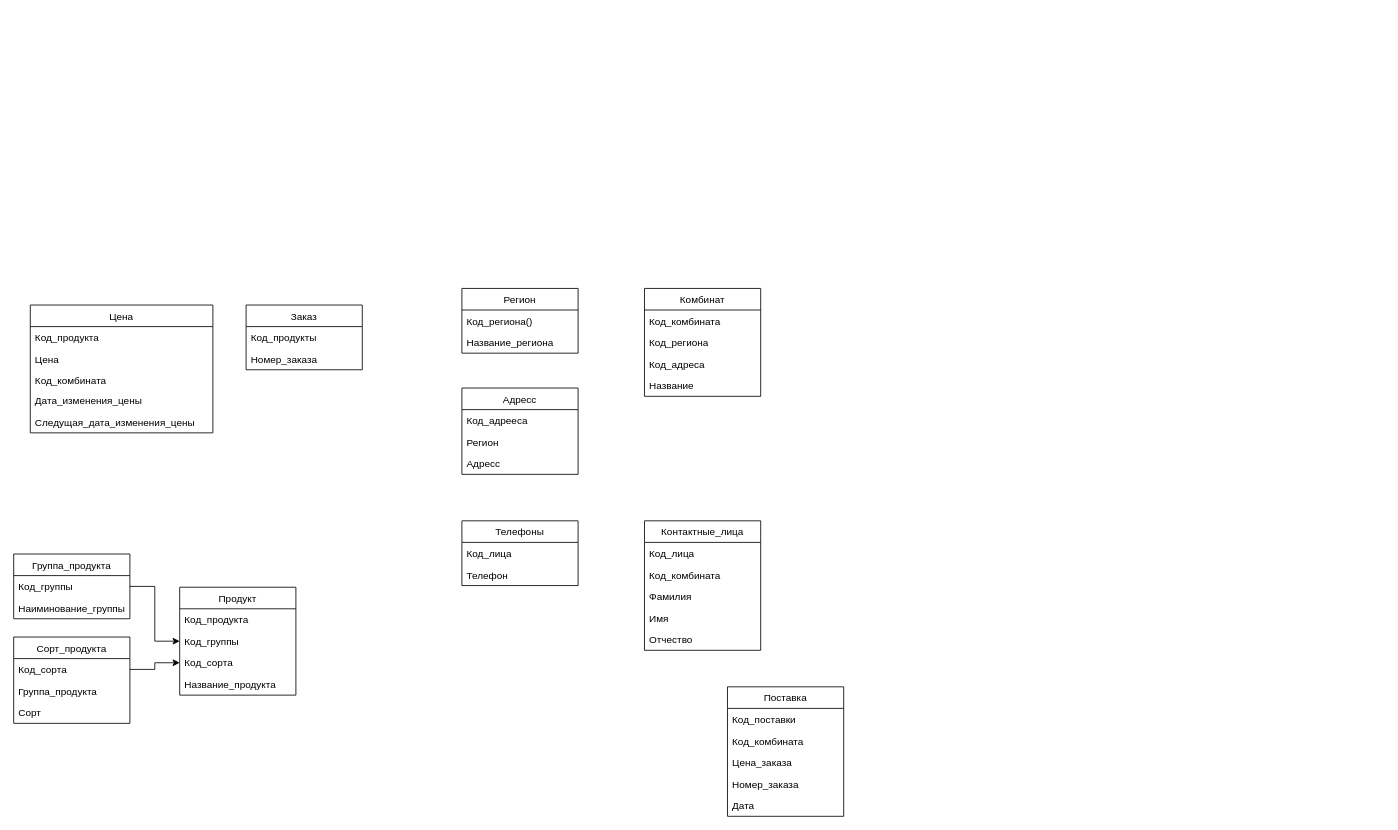
The draw.io diagram physical Diagram.drawio in dariga5/Astanin.Teaching_Practice, before the edit. Source tidied: cells renumbered, new cells numbered last; positions are measured from the earlier drawing's top-left corner, leaving out a move shared by most shapes. Both pictures are drawn from the tidied source at 83%, with x=0, y=0 at pixel (13, 288).
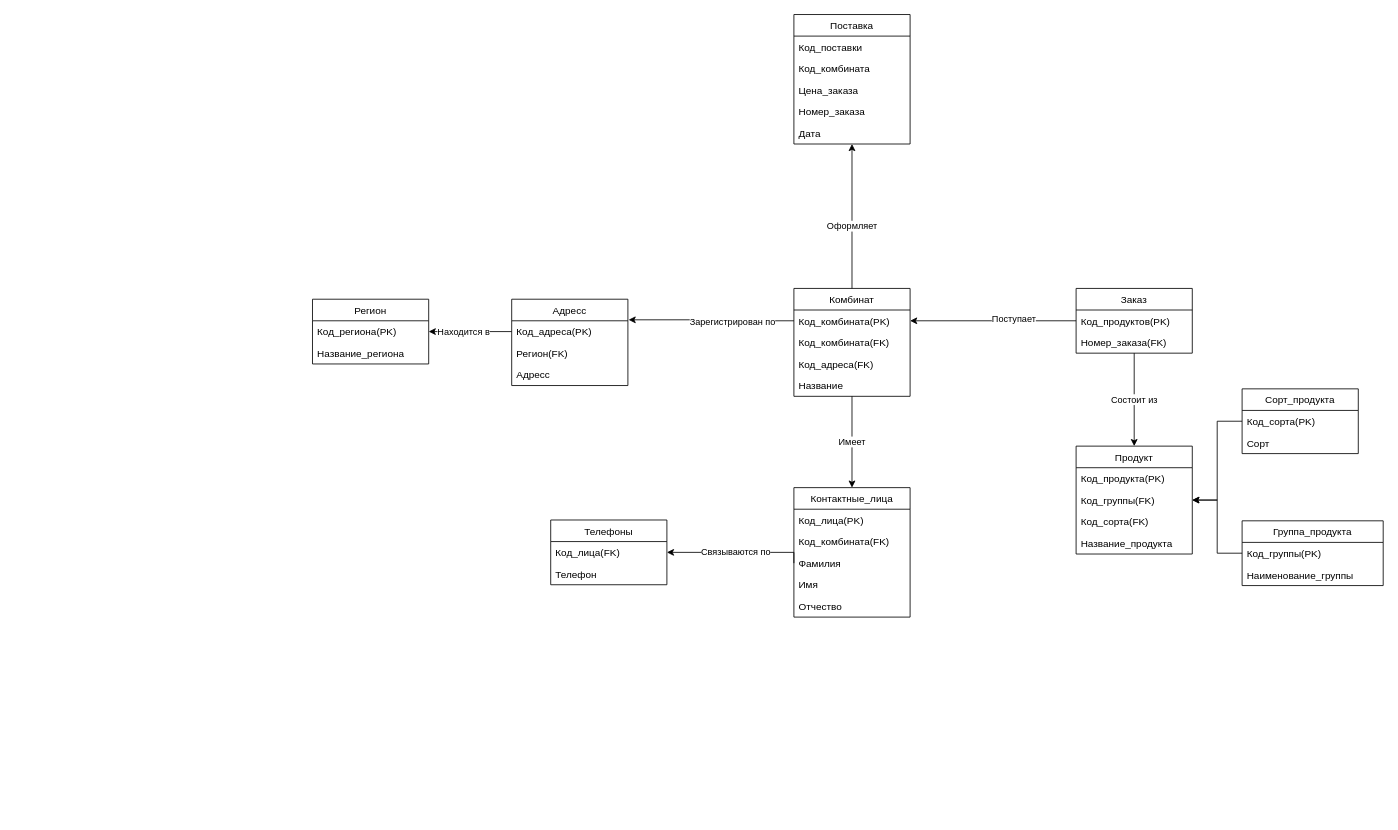
The same diagram, later.

The change refers to these unchanged cells:
```xml
<mxCell id="29" value="Фамилия" style="text;strokeColor=none;fillColor=none;align=left;verticalAlign=top;spacingLeft=4;spacingRight=4;overflow=hidden;points=[[0,0.5],[1,0.5]];portConstraint=eastwest;" parent="26" vertex="1">
  <mxGeometry y="78" width="140" height="26" as="geometry" />
</mxCell>
<mxCell id="43" value="Дата" style="text;strokeColor=none;fillColor=none;align=left;verticalAlign=top;spacingLeft=4;spacingRight=4;overflow=hidden;points=[[0,0.5],[1,0.5]];portConstraint=eastwest;" parent="38" vertex="1">
  <mxGeometry y="130" width="140" height="26" as="geometry" />
</mxCell>
```

What changed in the source:
```diff
@@
     <mxCell id="2" value="Группа_продукта" style="swimlane;fontStyle=0;horizontal=1;startSize=26;fillColor=none;" parent="1" vertex="1">
-      <mxGeometry y="320" width="140" height="78" as="geometry" />
+      <mxGeometry x="1480" y="280" width="170" height="78" as="geometry" />
     </mxCell>
-    <mxCell id="3" value="Код_группы" style="text;strokeColor=none;fillColor=none;align=left;verticalAlign=top;spacingLeft=4;spacingRight=4;overflow=hidden;points=[[0,0.5],[1,0.5]];portConstraint=eastwest;" parent="2" vertex="1">
-      <mxGeometry y="26" width="140" height="26" as="geometry" />
+    <mxCell id="3" value="Код_группы(PK)" style="text;strokeColor=none;fillColor=none;align=left;verticalAlign=top;spacingLeft=4;spacingRight=4;overflow=hidden;points=[[0,0.5],[1,0.5]];portConstraint=eastwest;" parent="2" vertex="1">
+      <mxGeometry y="26" width="170" height="26" as="geometry" />
     </mxCell>
-    <mxCell id="4" value="Наиминование_группы" style="text;strokeColor=none;fillColor=none;align=left;verticalAlign=top;spacingLeft=4;spacingRight=4;overflow=hidden;" parent="2" vertex="1">
-      <mxGeometry y="52" width="140" height="26" as="geometry" />
+    <mxCell id="4" value="Наименование_группы" style="text;strokeColor=none;fillColor=none;align=left;verticalAlign=top;spacingLeft=4;spacingRight=4;overflow=hidden;" parent="2" vertex="1">
+      <mxGeometry y="52" width="170" height="26" as="geometry" />
     </mxCell>
     <mxCell id="5" value="Сорт_продукта" style="swimlane;fontStyle=0;horizontal=1;startSize=26;fillColor=none;" parent="1" vertex="1">
-      <mxGeometry y="420" width="140" height="104" as="geometry" />
+      <mxGeometry x="1480" y="121" width="140" height="78" as="geometry" />
     </mxCell>
-    <mxCell id="6" value="Код_сорта" style="text;strokeColor=none;fillColor=none;align=left;verticalAlign=top;spacingLeft=4;spacingRight=4;overflow=hidden;points=[[0,0.5],[1,0.5]];portConstraint=eastwest;" parent="5" vertex="1">
+    <mxCell id="6" value="Код_сорта(PK)" style="text;strokeColor=none;fillColor=none;align=left;verticalAlign=top;spacingLeft=4;spacingRight=4;overflow=hidden;points=[[0,0.5],[1,0.5]];portConstraint=eastwest;" parent="5" vertex="1">
       <mxGeometry y="26" width="140" height="26" as="geometry" />
     </mxCell>
-    <mxCell id="7" value="Группа_продукта" style="text;strokeColor=none;fillColor=none;align=left;verticalAlign=top;spacingLeft=4;spacingRight=4;overflow=hidden;" parent="5" vertex="1">
-      <mxGeometry y="52" width="140" height="26" as="geometry" />
-    </mxCell>
     <mxCell id="8" value="Сорт" style="text;strokeColor=none;fillColor=none;align=left;verticalAlign=top;spacingLeft=4;spacingRight=4;overflow=hidden;" parent="5" vertex="1">
-      <mxGeometry y="78" width="140" height="26" as="geometry" />
+      <mxGeometry y="52" width="140" height="26" as="geometry" />
     </mxCell>
     <mxCell id="9" value="Продукт" style="swimlane;fontStyle=0;horizontal=1;startSize=26;fillColor=none;" parent="1" vertex="1">
-      <mxGeometry x="200" y="360" width="140" height="130" as="geometry" />
+      <mxGeometry x="1280" y="190" width="140" height="130" as="geometry" />
     </mxCell>
-    <mxCell id="10" value="Код_продукта" style="text;strokeColor=none;fillColor=none;align=left;verticalAlign=top;spacingLeft=4;spacingRight=4;overflow=hidden;" parent="9" vertex="1">
+    <mxCell id="10" value="Код_продукта(PK)" style="text;strokeColor=none;fillColor=none;align=left;verticalAlign=top;spacingLeft=4;spacingRight=4;overflow=hidden;" parent="9" vertex="1">
       <mxGeometry y="26" width="140" height="26" as="geometry" />
     </mxCell>
-    <mxCell id="11" value="Код_группы" style="text;strokeColor=none;fillColor=none;align=left;verticalAlign=top;spacingLeft=4;spacingRight=4;overflow=hidden;points=[[0,0.5],[1,0.5]];portConstraint=eastwest;" parent="9" vertex="1">
+    <mxCell id="11" value="Код_группы(FK)" style="text;strokeColor=none;fillColor=none;align=left;verticalAlign=top;spacingLeft=4;spacingRight=4;overflow=hidden;points=[[0,0.5],[1,0.5]];portConstraint=eastwest;" parent="9" vertex="1">
       <mxGeometry y="52" width="140" height="26" as="geometry" />
     </mxCell>
-    <mxCell id="12" value="Код_сорта" style="text;strokeColor=none;fillColor=none;align=left;verticalAlign=top;spacingLeft=4;spacingRight=4;overflow=hidden;points=[[0,0.5],[1,0.5]];portConstraint=eastwest;" parent="9" vertex="1">
+    <mxCell id="12" value="Код_сорта(FK)" style="text;strokeColor=none;fillColor=none;align=left;verticalAlign=top;spacingLeft=4;spacingRight=4;overflow=hidden;points=[[0,0.5],[1,0.5]];portConstraint=eastwest;" parent="9" vertex="1">
       <mxGeometry y="78" width="140" height="26" as="geometry" />
     </mxCell>
@@
     <mxCell id="14" value="Регион" style="swimlane;fontStyle=0;horizontal=1;startSize=26;fillColor=none;" parent="1" vertex="1">
-      <mxGeometry x="540" width="140" height="78" as="geometry" />
+      <mxGeometry x="360" y="13" width="140" height="78" as="geometry" />
     </mxCell>
-    <mxCell id="15" value="Код_региона()" style="text;strokeColor=none;fillColor=none;align=left;verticalAlign=top;spacingLeft=4;spacingRight=4;overflow=hidden;points=[[0,0.5],[1,0.5]];portConstraint=eastwest;" parent="14" vertex="1">
+    <mxCell id="15" value="Код_региона(PK)" style="text;strokeColor=none;fillColor=none;align=left;verticalAlign=top;spacingLeft=4;spacingRight=4;overflow=hidden;points=[[0,0.5],[1,0.5]];portConstraint=eastwest;" parent="14" vertex="1">
       <mxGeometry y="26" width="140" height="26" as="geometry" />
     </mxCell>
@@
     <mxCell id="17" value="Адресс" style="swimlane;fontStyle=0;horizontal=1;startSize=26;fillColor=none;" parent="1" vertex="1">
-      <mxGeometry x="540" y="120" width="140" height="104" as="geometry" />
+      <mxGeometry x="600" y="13" width="140" height="104" as="geometry" />
     </mxCell>
-    <mxCell id="18" value="Код_адрееса" style="text;strokeColor=none;fillColor=none;align=left;verticalAlign=top;spacingLeft=4;spacingRight=4;overflow=hidden;points=[[0,0.5],[1,0.5]];portConstraint=eastwest;" parent="17" vertex="1">
+    <mxCell id="18" value="Код_адреса(PK)" style="text;strokeColor=none;fillColor=none;align=left;verticalAlign=top;spacingLeft=4;spacingRight=4;overflow=hidden;points=[[0,0.5],[1,0.5]];portConstraint=eastwest;" parent="17" vertex="1">
       <mxGeometry y="26" width="140" height="26" as="geometry" />
     </mxCell>
-    <mxCell id="19" value="Регион" style="text;strokeColor=none;fillColor=none;align=left;verticalAlign=top;spacingLeft=4;spacingRight=4;overflow=hidden;" parent="17" vertex="1">
+    <mxCell id="19" value="Регион(FK)" style="text;strokeColor=none;fillColor=none;align=left;verticalAlign=top;spacingLeft=4;spacingRight=4;overflow=hidden;" parent="17" vertex="1">
       <mxGeometry y="52" width="140" height="26" as="geometry" />
     </mxCell>
@@
+    <mxCell id="52" style="edgeStyle=orthogonalEdgeStyle;rounded=0;jettySize=auto;html=1;exitX=0.5;exitY=0;exitDx=0;exitDy=0;entryX=0.5;entryY=1;entryDx=0;entryDy=0;entryPerimeter=0;" parent="1" edge="1" source="21" target="43">
+      <mxGeometry relative="1" as="geometry" />
+    </mxCell>
+    <mxCell id="53" value="Оформляет" style="edgeLabel;html=1;align=center;verticalAlign=middle;" parent="52" vertex="1">
+      <mxGeometry x="-0.13" y="1" relative="1" as="geometry" />
+    </mxCell>
+    <mxCell id="54" value="Имеет" style="edgeStyle=orthogonalEdgeStyle;rounded=0;jettySize=auto;html=1;entryX=0.5;entryY=0;entryDx=0;entryDy=0;" parent="1" edge="1" source="21" target="26">
+      <mxGeometry relative="1" as="geometry" />
+    </mxCell>
     <mxCell id="21" value="Комбинат" style="swimlane;fontStyle=0;horizontal=1;startSize=26;fillColor=none;" parent="1" vertex="1">
-      <mxGeometry x="760" width="140" height="130" as="geometry" />
+      <mxGeometry x="940" width="140" height="130" as="geometry" />
     </mxCell>
+    <mxCell id="55" value="Код_комбината(PK)" style="text;strokeColor=none;fillColor=none;align=left;verticalAlign=top;spacingLeft=4;spacingRight=4;overflow=hidden;points=[[0,0.5],[1,0.5]];portConstraint=eastwest;" parent="21" vertex="1">
+      <mxGeometry y="26" width="140" height="26" as="geometry" />
+    </mxCell>
-    <mxCell id="22" value="Код_комбината" style="text;strokeColor=none;fillColor=none;align=left;verticalAlign=top;spacingLeft=4;spacingRight=4;overflow=hidden;" parent="21" vertex="1">
-      <mxGeometry y="26" width="140" height="26" as="geometry" />
+    <mxCell id="22" value="Код_комбината(FK)" style="text;strokeColor=none;fillColor=none;align=left;verticalAlign=top;spacingLeft=4;spacingRight=4;overflow=hidden;" parent="21" vertex="1">
+      <mxGeometry y="52" width="140" height="26" as="geometry" />
     </mxCell>
-    <mxCell id="23" value="Код_региона" style="text;strokeColor=none;fillColor=none;align=left;verticalAlign=top;spacingLeft=4;spacingRight=4;overflow=hidden;" parent="21" vertex="1">
-      <mxGeometry y="52" width="140" height="26" as="geometry" />
-    </mxCell>
-    <mxCell id="24" value="Код_адреса" style="text;strokeColor=none;fillColor=none;align=left;verticalAlign=top;spacingLeft=4;spacingRight=4;overflow=hidden;" parent="21" vertex="1">
+    <mxCell id="24" value="Код_адреса(FK)" style="text;strokeColor=none;fillColor=none;align=left;verticalAlign=top;spacingLeft=4;spacingRight=4;overflow=hidden;" parent="21" vertex="1">
       <mxGeometry y="78" width="140" height="26" as="geometry" />
     </mxCell>
@@
     <mxCell id="26" value="Контактные_лица" style="swimlane;fontStyle=0;horizontal=1;startSize=26;fillColor=none;" parent="1" vertex="1">
-      <mxGeometry x="760" y="280" width="140" height="156" as="geometry" />
+      <mxGeometry x="940" y="240" width="140" height="156" as="geometry" />
     </mxCell>
-    <mxCell id="27" value="Код_лица" style="text;strokeColor=none;fillColor=none;align=left;verticalAlign=top;spacingLeft=4;spacingRight=4;overflow=hidden;" parent="26" vertex="1">
+    <mxCell id="27" value="Код_лица(PK)" style="text;strokeColor=none;fillColor=none;align=left;verticalAlign=top;spacingLeft=4;spacingRight=4;overflow=hidden;" parent="26" vertex="1">
       <mxGeometry y="26" width="140" height="26" as="geometry" />
     </mxCell>
-    <mxCell id="28" value="Код_комбината" style="text;strokeColor=none;fillColor=none;align=left;verticalAlign=top;spacingLeft=4;spacingRight=4;overflow=hidden;" parent="26" vertex="1">
+    <mxCell id="28" value="Код_комбината(FK)" style="text;strokeColor=none;fillColor=none;align=left;verticalAlign=top;spacingLeft=4;spacingRight=4;overflow=hidden;" parent="26" vertex="1">
       <mxGeometry y="52" width="140" height="26" as="geometry" />
     </mxCell>
@@
     <mxCell id="32" value="Телефоны" style="swimlane;fontStyle=0;horizontal=1;startSize=26;fillColor=none;" parent="1" vertex="1">
-      <mxGeometry x="540" y="280" width="140" height="78" as="geometry" />
+      <mxGeometry x="647" y="279" width="140" height="78" as="geometry" />
     </mxCell>
-    <mxCell id="33" value="Код_лица" style="text;strokeColor=none;fillColor=none;align=left;verticalAlign=top;spacingLeft=4;spacingRight=4;overflow=hidden;points=[[0,0.5],[1,0.5]];portConstraint=eastwest;" parent="32" vertex="1">
+    <mxCell id="33" value="Код_лица(FK)" style="text;strokeColor=none;fillColor=none;align=left;verticalAlign=top;spacingLeft=4;spacingRight=4;overflow=hidden;points=[[0,0.5],[1,0.5]];portConstraint=eastwest;" parent="32" vertex="1">
       <mxGeometry y="26" width="140" height="26" as="geometry" />
     </mxCell>
@@
+    <mxCell id="56" value="Состоит из" style="edgeStyle=orthogonalEdgeStyle;rounded=0;jettySize=auto;html=1;entryX=0.5;entryY=0;entryDx=0;entryDy=0;" parent="1" edge="1" source="35" target="9">
+      <mxGeometry relative="1" as="geometry" />
+    </mxCell>
     <mxCell id="35" value="Заказ" style="swimlane;fontStyle=0;horizontal=1;startSize=26;fillColor=none;" parent="1" vertex="1">
-      <mxGeometry x="280" y="20" width="140" height="78" as="geometry" />
+      <mxGeometry x="1280" width="140" height="78" as="geometry" />
     </mxCell>
-    <mxCell id="36" value="Код_продукты" style="text;strokeColor=none;fillColor=none;align=left;verticalAlign=top;spacingLeft=4;spacingRight=4;overflow=hidden;points=[[0,0.5],[1,0.5]];portConstraint=eastwest;" parent="35" vertex="1">
+    <mxCell id="36" value="Код_продуктов(PK)" style="text;strokeColor=none;fillColor=none;align=left;verticalAlign=top;spacingLeft=4;spacingRight=4;overflow=hidden;points=[[0,0.5],[1,0.5]];portConstraint=eastwest;" parent="35" vertex="1">
       <mxGeometry y="26" width="140" height="26" as="geometry" />
     </mxCell>
-    <mxCell id="37" value="Номер_заказа" style="text;strokeColor=none;fillColor=none;align=left;verticalAlign=top;spacingLeft=4;spacingRight=4;overflow=hidden;" parent="35" vertex="1">
+    <mxCell id="37" value="Номер_заказа(FK)" style="text;strokeColor=none;fillColor=none;align=left;verticalAlign=top;spacingLeft=4;spacingRight=4;overflow=hidden;" parent="35" vertex="1">
       <mxGeometry y="52" width="140" height="26" as="geometry" />
     </mxCell>
     <mxCell id="38" value="Поставка" style="swimlane;fontStyle=0;horizontal=1;startSize=26;fillColor=none;" parent="1" vertex="1">
-      <mxGeometry x="860" y="480" width="140" height="156" as="geometry" />
+      <mxGeometry x="940" y="-330" width="140" height="156" as="geometry" />
     </mxCell>
@@
-    <mxCell id="44" value="Цена" style="swimlane;fontStyle=0;horizontal=1;startSize=26;fillColor=none;" parent="1" vertex="1">
-      <mxGeometry x="20" y="20" width="220" height="154" as="geometry" />
-    </mxCell>
-    <mxCell id="45" value="Код_продукта" style="text;strokeColor=none;fillColor=none;align=left;verticalAlign=top;spacingLeft=4;spacingRight=4;overflow=hidden;" parent="44" vertex="1">
-      <mxGeometry y="26" width="220" height="26" as="geometry" />
-    </mxCell>
-    <mxCell id="46" value="Цена" style="text;strokeColor=none;fillColor=none;align=left;verticalAlign=top;spacingLeft=4;spacingRight=4;overflow=hidden;" parent="44" vertex="1">
-      <mxGeometry y="52" width="220" height="26" as="geometry" />
-    </mxCell>
-    <mxCell id="47" value="Код_комбината" style="text;strokeColor=none;fillColor=none;align=left;verticalAlign=top;spacingLeft=4;spacingRight=4;overflow=hidden;" parent="44" vertex="1">
-      <mxGeometry y="78" width="220" height="24" as="geometry" />
-    </mxCell>
-    <mxCell id="48" value="Дата_изменения_цены" style="text;strokeColor=none;fillColor=none;align=left;verticalAlign=top;spacingLeft=4;spacingRight=4;overflow=hidden;" parent="44" vertex="1">
-      <mxGeometry y="102" width="220" height="26" as="geometry" />
-    </mxCell>
-    <mxCell id="49" value="Следущая_дата_изменения_цены" style="text;strokeColor=none;fillColor=none;align=left;verticalAlign=top;spacingLeft=4;spacingRight=4;overflow=hidden;" parent="44" vertex="1">
-      <mxGeometry y="128" width="220" height="26" as="geometry" />
-    </mxCell>
-    <mxCell id="50" style="edgeStyle=orthogonalEdgeStyle;rounded=0;jettySize=auto;html=1;exitX=1;exitY=0.5;exitDx=0;exitDy=0;entryX=0;entryY=0.5;entryDx=0;entryDy=0;" parent="1" edge="1" source="3" target="9">
-      <mxGeometry relative="1" as="geometry" />
-    </mxCell>
-    <mxCell id="51" style="edgeStyle=orthogonalEdgeStyle;rounded=0;jettySize=auto;html=1;exitX=1;exitY=0.5;exitDx=0;exitDy=0;entryX=0;entryY=0.5;entryDx=0;entryDy=0;" parent="1" edge="1" source="6" target="12">
-      <mxGeometry relative="1" as="geometry" />
-    </mxCell>
+    <mxCell id="57" style="edgeStyle=orthogonalEdgeStyle;rounded=0;jettySize=auto;html=1;exitX=0;exitY=0.5;exitDx=0;exitDy=0;entryX=1.006;entryY=-0.045;entryDx=0;entryDy=0;entryPerimeter=0;" parent="1" edge="1" source="55" target="18">
+      <mxGeometry relative="1" as="geometry" />
+    </mxCell>
+    <mxCell id="58" value="Зарегистрирован по" style="edgeLabel;html=1;align=center;verticalAlign=middle;" parent="57" vertex="1">
+      <mxGeometry x="-0.25" y="1" relative="1" as="geometry" />
+    </mxCell>
+    <mxCell id="59" style="edgeStyle=orthogonalEdgeStyle;rounded=0;jettySize=auto;html=1;exitX=0;exitY=0.5;exitDx=0;exitDy=0;entryX=1;entryY=0.5;entryDx=0;entryDy=0;" parent="1" edge="1" source="36" target="55">
+      <mxGeometry relative="1" as="geometry" />
+    </mxCell>
+    <mxCell id="60" value="Поступает" style="edgeLabel;html=1;align=center;verticalAlign=middle;" parent="59" vertex="1">
+      <mxGeometry x="-0.24" y="-3" relative="1" as="geometry" />
+    </mxCell>
+    <mxCell id="61" style="edgeStyle=orthogonalEdgeStyle;rounded=0;jettySize=auto;html=1;exitX=0;exitY=0.5;exitDx=0;exitDy=0;entryX=1;entryY=0.5;entryDx=0;entryDy=0;" parent="1" edge="1" source="18" target="15">
+      <mxGeometry relative="1" as="geometry" />
+    </mxCell>
+    <mxCell id="62" value="Находится в" style="edgeLabel;html=1;align=center;verticalAlign=middle;" parent="61" vertex="1">
+      <mxGeometry x="0.17" y="3" relative="1" as="geometry">
+        <mxPoint y="-3" as="offset" />
+      </mxGeometry>
+    </mxCell>
+    <mxCell id="63" value="Связываются по" style="edgeStyle=orthogonalEdgeStyle;rounded=0;jettySize=auto;html=1;exitX=0;exitY=0.5;exitDx=0;exitDy=0;entryX=1;entryY=0.5;entryDx=0;entryDy=0;" parent="1" edge="1" source="29" target="33">
+      <mxGeometry relative="1" as="geometry">
+        <Array as="points">
+          <mxPoint x="940" y="318" />
+        </Array>
+      </mxGeometry>
+    </mxCell>
+    <mxCell id="64" style="edgeStyle=orthogonalEdgeStyle;rounded=0;jettySize=auto;html=1;exitX=0;exitY=0.5;exitDx=0;exitDy=0;entryX=1;entryY=0.5;entryDx=0;entryDy=0;" parent="1" edge="1" source="6" target="11">
+      <mxGeometry relative="1" as="geometry" />
+    </mxCell>
+    <mxCell id="65" style="edgeStyle=orthogonalEdgeStyle;rounded=0;jettySize=auto;html=1;exitX=0;exitY=0.5;exitDx=0;exitDy=0;entryX=1;entryY=0.5;entryDx=0;entryDy=0;" parent="1" edge="1" source="3" target="11">
+      <mxGeometry relative="1" as="geometry" />
+    </mxCell>
```
